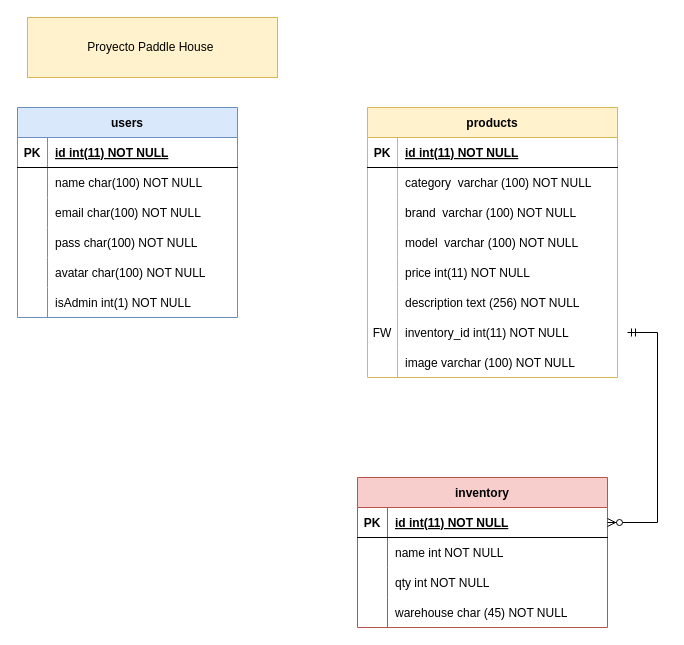
Ferchu14th/Grupo_4_PaddleHouse keeps this draw.io diagram as Diagrama BD Paddle House.drawio. Above is the earlier version. Source tidied: cells renumbered, new cells numbered last; positions are measured from the earlier drawing's top-left corner, leaving out a move shared by most shapes. Both pictures are drawn from the tidied source at 100%, with x=0, y=0 at pixel (17, 17).
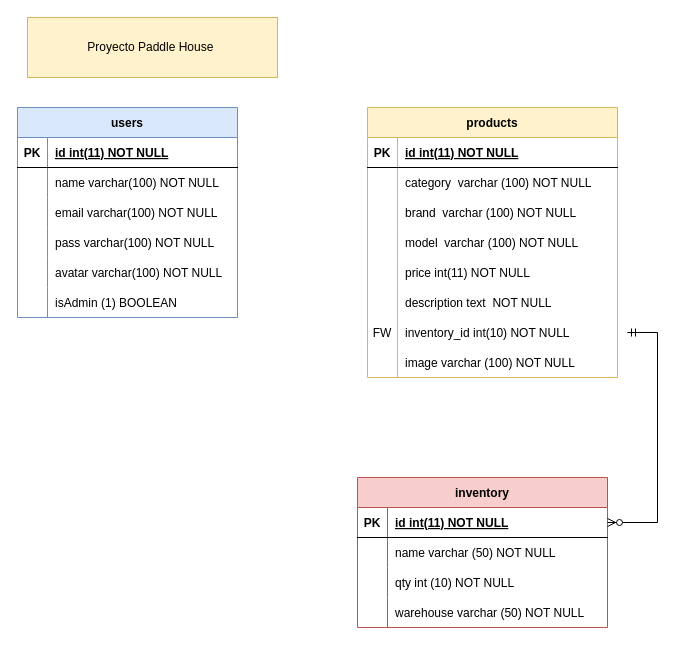
Above is the later version.

Commit message (it also covers changes not shown here):
diagramas ajustados como lo vimos con Tincho versión en PDF y DRAWIO

Unchanged cells that the change refers to:
```xml
<mxCell id="18" style="shape=partialRectangle;fillColor=none;top=0;left=0;right=0;bottom=0;" parent="2" vertex="1">
  <mxGeometry y="180" width="250" height="30" as="geometry" />
</mxCell>
<mxCell id="21" style="shape=partialRectangle;fillColor=none;top=0;left=0;right=0;bottom=0;" parent="2" vertex="1">
  <mxGeometry y="210" width="250" height="30" as="geometry" />
</mxCell>
<mxCell id="31" style="shape=partialRectangle;fillColor=none;top=0;left=0;right=0;bottom=0;" parent="27" vertex="1">
  <mxGeometry y="60" width="220" height="30" as="geometry" />
</mxCell>
<mxCell id="34" style="shape=partialRectangle;fillColor=none;top=0;left=0;right=0;bottom=0;" parent="27" vertex="1">
  <mxGeometry y="90" width="220" height="30" as="geometry" />
</mxCell>
<mxCell id="37" style="shape=partialRectangle;fillColor=none;top=0;left=0;right=0;bottom=0;" parent="27" vertex="1">
  <mxGeometry y="120" width="220" height="30" as="geometry" />
</mxCell>
<mxCell id="40" style="shape=partialRectangle;fillColor=none;top=0;left=0;right=0;bottom=0;" parent="27" vertex="1">
  <mxGeometry y="150" width="220" height="30" as="geometry" />
</mxCell>
<mxCell id="43" style="shape=partialRectangle;fillColor=none;top=0;left=0;right=0;bottom=0;" parent="27" vertex="1">
  <mxGeometry y="180" width="220" height="30" as="geometry" />
</mxCell>
<mxCell id="50" style="shape=partialRectangle;fillColor=none;top=0;left=0;right=0;bottom=0;" parent="46" vertex="1">
  <mxGeometry y="60" width="250" height="30" as="geometry" />
</mxCell>
<mxCell id="53" style="shape=partialRectangle;fillColor=none;top=0;left=0;right=0;bottom=0;" parent="46" vertex="1">
  <mxGeometry y="90" width="250" height="30" as="geometry" />
</mxCell>
<mxCell id="56" style="shape=partialRectangle;fillColor=none;top=0;left=0;right=0;bottom=0;" parent="46" vertex="1">
  <mxGeometry y="120" width="250" height="30" as="geometry" />
</mxCell>
```

Change to the diagram source:
```diff
@@
-    <mxCell id="20" value="description text (256) NOT NULL" style="shape=partialRectangle;overflow=hidden;fillColor=none;top=0;left=0;bottom=0;right=0;align=left;spacingLeft=6;" parent="18" vertex="1">
+    <mxCell id="20" value="description text  NOT NULL" style="shape=partialRectangle;overflow=hidden;fillColor=none;top=0;left=0;bottom=0;right=0;align=left;spacingLeft=6;" parent="18" vertex="1">
       <mxGeometry x="30" width="220" height="30" as="geometry" />
     </mxCell>
@@
-    <mxCell id="23" value="inventory_id int(11) NOT NULL" style="shape=partialRectangle;overflow=hidden;fillColor=none;top=0;left=0;bottom=0;right=0;align=left;spacingLeft=6;" parent="21" vertex="1">
+    <mxCell id="23" value="inventory_id int(10) NOT NULL" style="shape=partialRectangle;overflow=hidden;fillColor=none;top=0;left=0;bottom=0;right=0;align=left;spacingLeft=6;" parent="21" vertex="1">
       <mxGeometry x="30" width="220" height="30" as="geometry" />
     </mxCell>
@@
-    <mxCell id="33" value="name char(100) NOT NULL" style="shape=partialRectangle;overflow=hidden;fillColor=none;top=0;left=0;bottom=0;right=0;align=left;spacingLeft=6;" parent="31" vertex="1">
+    <mxCell id="33" value="name varchar(100) NOT NULL" style="shape=partialRectangle;overflow=hidden;fillColor=none;top=0;left=0;bottom=0;right=0;align=left;spacingLeft=6;" parent="31" vertex="1">
       <mxGeometry x="30" width="190" height="30" as="geometry" />
     </mxCell>
@@
-    <mxCell id="36" value="email char(100) NOT NULL" style="shape=partialRectangle;overflow=hidden;fillColor=none;top=0;left=0;bottom=0;right=0;align=left;spacingLeft=6;" parent="34" vertex="1">
+    <mxCell id="36" value="email varchar(100) NOT NULL" style="shape=partialRectangle;overflow=hidden;fillColor=none;top=0;left=0;bottom=0;right=0;align=left;spacingLeft=6;" parent="34" vertex="1">
       <mxGeometry x="30" width="190" height="30" as="geometry" />
     </mxCell>
@@
-    <mxCell id="39" value="pass char(100) NOT NULL" style="shape=partialRectangle;overflow=hidden;fillColor=none;top=0;left=0;bottom=0;right=0;align=left;spacingLeft=6;" parent="37" vertex="1">
+    <mxCell id="39" value="pass varchar(100) NOT NULL" style="shape=partialRectangle;overflow=hidden;fillColor=none;top=0;left=0;bottom=0;right=0;align=left;spacingLeft=6;" parent="37" vertex="1">
       <mxGeometry x="30" width="190" height="30" as="geometry" />
     </mxCell>
@@
-    <mxCell id="42" value="avatar char(100) NOT NULL" style="shape=partialRectangle;overflow=hidden;fillColor=none;top=0;left=0;bottom=0;right=0;align=left;spacingLeft=6;" parent="40" vertex="1">
+    <mxCell id="42" value="avatar varchar(100) NOT NULL" style="shape=partialRectangle;overflow=hidden;fillColor=none;top=0;left=0;bottom=0;right=0;align=left;spacingLeft=6;" parent="40" vertex="1">
       <mxGeometry x="30" width="190" height="30" as="geometry" />
     </mxCell>
@@
-    <mxCell id="45" value="isAdmin int(1) NOT NULL" style="shape=partialRectangle;overflow=hidden;fillColor=none;top=0;left=0;bottom=0;right=0;align=left;spacingLeft=6;" parent="43" vertex="1">
+    <mxCell id="45" value="isAdmin (1) BOOLEAN" style="shape=partialRectangle;overflow=hidden;fillColor=none;top=0;left=0;bottom=0;right=0;align=left;spacingLeft=6;" parent="43" vertex="1">
       <mxGeometry x="30" width="190" height="30" as="geometry" />
     </mxCell>
@@
-    <mxCell id="52" value="name int NOT NULL" style="shape=partialRectangle;overflow=hidden;fillColor=none;top=0;left=0;bottom=0;right=0;align=left;spacingLeft=6;" parent="50" vertex="1">
+    <mxCell id="52" value="name varchar (50) NOT NULL" style="shape=partialRectangle;overflow=hidden;fillColor=none;top=0;left=0;bottom=0;right=0;align=left;spacingLeft=6;" parent="50" vertex="1">
       <mxGeometry x="30" width="220" height="30" as="geometry" />
     </mxCell>
@@
-    <mxCell id="55" value="qty int NOT NULL" style="shape=partialRectangle;overflow=hidden;fillColor=none;top=0;left=0;bottom=0;right=0;align=left;spacingLeft=6;" parent="53" vertex="1">
+    <mxCell id="55" value="qty int (10) NOT NULL" style="shape=partialRectangle;overflow=hidden;fillColor=none;top=0;left=0;bottom=0;right=0;align=left;spacingLeft=6;" parent="53" vertex="1">
       <mxGeometry x="30" width="220" height="30" as="geometry" />
     </mxCell>
@@
-    <mxCell id="58" value="warehouse char (45) NOT NULL" style="shape=partialRectangle;overflow=hidden;fillColor=none;top=0;left=0;bottom=0;right=0;align=left;spacingLeft=6;" parent="56" vertex="1">
+    <mxCell id="58" value="warehouse varchar (50) NOT NULL" style="shape=partialRectangle;overflow=hidden;fillColor=none;top=0;left=0;bottom=0;right=0;align=left;spacingLeft=6;" parent="56" vertex="1">
       <mxGeometry x="30" width="220" height="30" as="geometry" />
     </mxCell>
```
